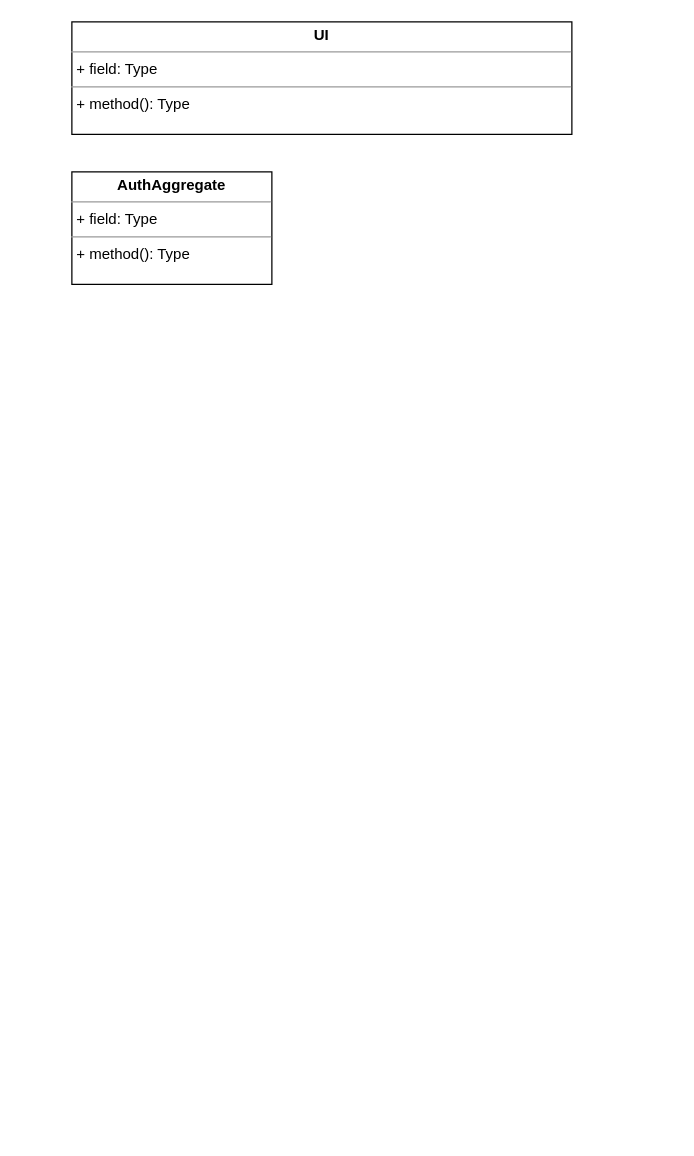
This is architecture.drawio from medical-voice-io/Movies, a draw.io file, before an edit. Source tidied: cells renumbered, new cells numbered last; positions are measured from the earlier drawing's top-left corner, leaving out a move shared by most shapes. Both pictures are drawn from the tidied source at 125%, with x=0, y=0 at pixel (71, 21).
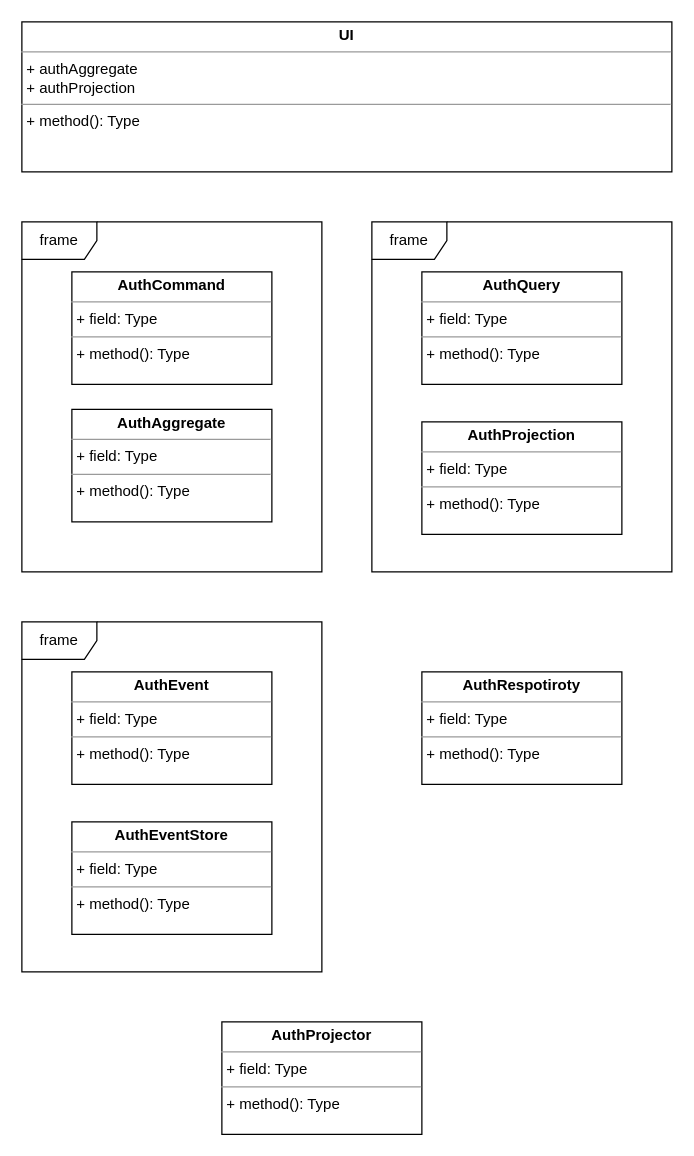
Above is the later version.

Change to the diagram source:
```diff
@@
 <mxGraphModel>
   <root>
     <mxCell id="0" />
     <mxCell id="1" parent="0" />
     <mxCell id="2" value="&lt;p style=&quot;margin:0px;margin-top:4px;text-align:center;&quot;&gt;&lt;b&gt;AuthAggregate&lt;/b&gt;&lt;/p&gt;&lt;hr size=&quot;1&quot;&gt;&lt;p style=&quot;margin:0px;margin-left:4px;&quot;&gt;+ field: Type&lt;/p&gt;&lt;hr size=&quot;1&quot;&gt;&lt;p style=&quot;margin:0px;margin-left:4px;&quot;&gt;+ method(): Type&lt;/p&gt;" style="verticalAlign=top;align=left;overflow=fill;html=1;whiteSpace=wrap;" parent="1" vertex="1">
-      <mxGeometry y="120" width="160" height="90" as="geometry" />
+      <mxGeometry y="310" width="160" height="90" as="geometry" />
     </mxCell>
-    <mxCell id="3" value="&lt;p style=&quot;margin:0px;margin-top:4px;text-align:center;&quot;&gt;&lt;b&gt;UI&lt;/b&gt;&lt;/p&gt;&lt;hr size=&quot;1&quot;&gt;&lt;p style=&quot;margin:0px;margin-left:4px;&quot;&gt;+ field: Type&lt;/p&gt;&lt;hr size=&quot;1&quot;&gt;&lt;p style=&quot;margin:0px;margin-left:4px;&quot;&gt;+ method(): Type&lt;/p&gt;" style="verticalAlign=top;align=left;overflow=fill;html=1;whiteSpace=wrap;" parent="1" vertex="1">
-      <mxGeometry width="400" height="90" as="geometry" />
+    <mxCell id="3" value="&lt;p style=&quot;margin:0px;margin-top:4px;text-align:center;&quot;&gt;&lt;b&gt;UI&lt;/b&gt;&lt;/p&gt;&lt;hr size=&quot;1&quot;&gt;&lt;p style=&quot;margin:0px;margin-left:4px;&quot;&gt;+ authAggregate&lt;/p&gt;&lt;p style=&quot;margin:0px;margin-left:4px;&quot;&gt;+ authProjection&lt;/p&gt;&lt;hr size=&quot;1&quot;&gt;&lt;p style=&quot;margin:0px;margin-left:4px;&quot;&gt;+ method(): Type&lt;/p&gt;" style="verticalAlign=top;align=left;overflow=fill;html=1;whiteSpace=wrap;" parent="1" vertex="1">
+      <mxGeometry x="-40" width="520" height="120" as="geometry" />
     </mxCell>
+    <mxCell id="4" value="&lt;p style=&quot;margin:0px;margin-top:4px;text-align:center;&quot;&gt;&lt;b&gt;AuthProjection&lt;/b&gt;&lt;/p&gt;&lt;hr size=&quot;1&quot;&gt;&lt;p style=&quot;margin:0px;margin-left:4px;&quot;&gt;+ field: Type&lt;/p&gt;&lt;hr size=&quot;1&quot;&gt;&lt;p style=&quot;margin:0px;margin-left:4px;&quot;&gt;+ method(): Type&lt;/p&gt;" style="verticalAlign=top;align=left;overflow=fill;html=1;whiteSpace=wrap;" parent="1" vertex="1">
+      <mxGeometry x="280" y="320" width="160" height="90" as="geometry" />
+    </mxCell>
+    <mxCell id="5" value="&lt;p style=&quot;margin:0px;margin-top:4px;text-align:center;&quot;&gt;&lt;b&gt;AuthCommand&lt;/b&gt;&lt;/p&gt;&lt;hr size=&quot;1&quot;&gt;&lt;p style=&quot;margin:0px;margin-left:4px;&quot;&gt;+ field: Type&lt;/p&gt;&lt;hr size=&quot;1&quot;&gt;&lt;p style=&quot;margin:0px;margin-left:4px;&quot;&gt;+ method(): Type&lt;/p&gt;" style="verticalAlign=top;align=left;overflow=fill;html=1;whiteSpace=wrap;" parent="1" vertex="1">
+      <mxGeometry y="200" width="160" height="90" as="geometry" />
+    </mxCell>
+    <mxCell id="6" value="frame" style="shape=umlFrame;whiteSpace=wrap;html=1;" parent="1" vertex="1">
+      <mxGeometry x="-40" y="160" width="240" height="280" as="geometry" />
+    </mxCell>
+    <mxCell id="7" value="frame" style="shape=umlFrame;whiteSpace=wrap;html=1;" parent="1" vertex="1">
+      <mxGeometry x="240" y="160" width="240" height="280" as="geometry" />
+    </mxCell>
+    <mxCell id="8" value="&lt;p style=&quot;margin:0px;margin-top:4px;text-align:center;&quot;&gt;&lt;b&gt;AuthQuery&lt;/b&gt;&lt;/p&gt;&lt;hr size=&quot;1&quot;&gt;&lt;p style=&quot;margin:0px;margin-left:4px;&quot;&gt;+ field: Type&lt;/p&gt;&lt;hr size=&quot;1&quot;&gt;&lt;p style=&quot;margin:0px;margin-left:4px;&quot;&gt;+ method(): Type&lt;/p&gt;" style="verticalAlign=top;align=left;overflow=fill;html=1;whiteSpace=wrap;" parent="1" vertex="1">
+      <mxGeometry x="280" y="200" width="160" height="90" as="geometry" />
+    </mxCell>
+    <mxCell id="9" value="&lt;p style=&quot;margin:0px;margin-top:4px;text-align:center;&quot;&gt;&lt;b&gt;AuthEventStore&lt;/b&gt;&lt;/p&gt;&lt;hr size=&quot;1&quot;&gt;&lt;p style=&quot;margin:0px;margin-left:4px;&quot;&gt;+ field: Type&lt;/p&gt;&lt;hr size=&quot;1&quot;&gt;&lt;p style=&quot;margin:0px;margin-left:4px;&quot;&gt;+ method(): Type&lt;/p&gt;" style="verticalAlign=top;align=left;overflow=fill;html=1;whiteSpace=wrap;" parent="1" vertex="1">
+      <mxGeometry y="640" width="160" height="90" as="geometry" />
+    </mxCell>
+    <mxCell id="10" value="&lt;p style=&quot;margin:0px;margin-top:4px;text-align:center;&quot;&gt;&lt;b&gt;AuthEvent&lt;/b&gt;&lt;/p&gt;&lt;hr size=&quot;1&quot;&gt;&lt;p style=&quot;margin:0px;margin-left:4px;&quot;&gt;+ field: Type&lt;/p&gt;&lt;hr size=&quot;1&quot;&gt;&lt;p style=&quot;margin:0px;margin-left:4px;&quot;&gt;+ method(): Type&lt;/p&gt;" style="verticalAlign=top;align=left;overflow=fill;html=1;whiteSpace=wrap;" parent="1" vertex="1">
+      <mxGeometry y="520" width="160" height="90" as="geometry" />
+    </mxCell>
+    <mxCell id="11" value="frame" style="shape=umlFrame;whiteSpace=wrap;html=1;" parent="1" vertex="1">
+      <mxGeometry x="-40" y="480" width="240" height="280" as="geometry" />
+    </mxCell>
+    <mxCell id="12" value="&lt;p style=&quot;margin:0px;margin-top:4px;text-align:center;&quot;&gt;&lt;b&gt;AuthRespotiroty&lt;/b&gt;&lt;/p&gt;&lt;hr size=&quot;1&quot;&gt;&lt;p style=&quot;margin:0px;margin-left:4px;&quot;&gt;+ field: Type&lt;/p&gt;&lt;hr size=&quot;1&quot;&gt;&lt;p style=&quot;margin:0px;margin-left:4px;&quot;&gt;+ method(): Type&lt;/p&gt;" style="verticalAlign=top;align=left;overflow=fill;html=1;whiteSpace=wrap;" parent="1" vertex="1">
+      <mxGeometry x="280" y="520" width="160" height="90" as="geometry" />
+    </mxCell>
+    <mxCell id="13" value="&lt;p style=&quot;margin:0px;margin-top:4px;text-align:center;&quot;&gt;&lt;b&gt;AuthProjector&lt;/b&gt;&lt;/p&gt;&lt;hr size=&quot;1&quot;&gt;&lt;p style=&quot;margin:0px;margin-left:4px;&quot;&gt;+ field: Type&lt;/p&gt;&lt;hr size=&quot;1&quot;&gt;&lt;p style=&quot;margin:0px;margin-left:4px;&quot;&gt;+ method(): Type&lt;/p&gt;" style="verticalAlign=top;align=left;overflow=fill;html=1;whiteSpace=wrap;" parent="1" vertex="1">
+      <mxGeometry x="120" y="800" width="160" height="90" as="geometry" />
+    </mxCell>
   </root>
 </mxGraphModel>
```
